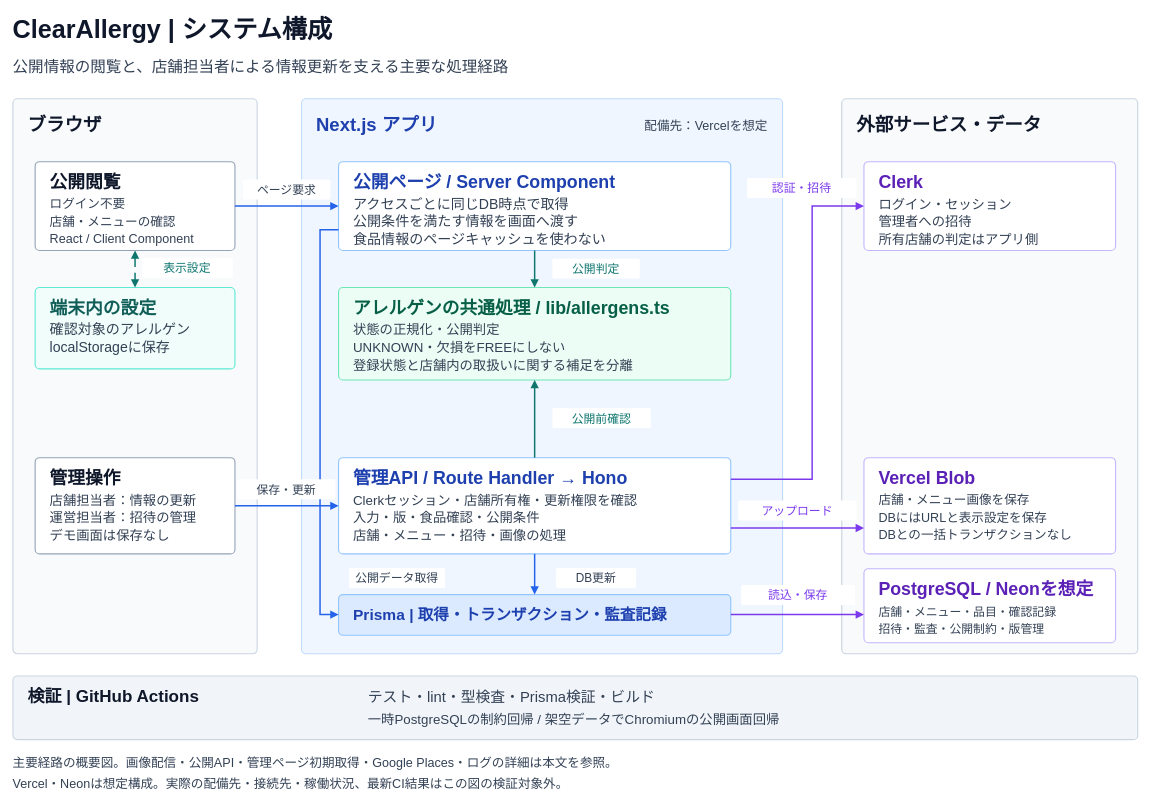
Before: docs/guide/diagrams/clearallergy-architecture.drawio in Kaito-Iwase/ClearAllergy, a draw.io diagram. Source tidied: cells renumbered, new cells numbered last; positions are measured from the earlier drawing's top-left corner, leaving out a move shared by most shapes. Both pictures are drawn from the tidied source at 74%, with x=0, y=0 at pixel (13, 13).
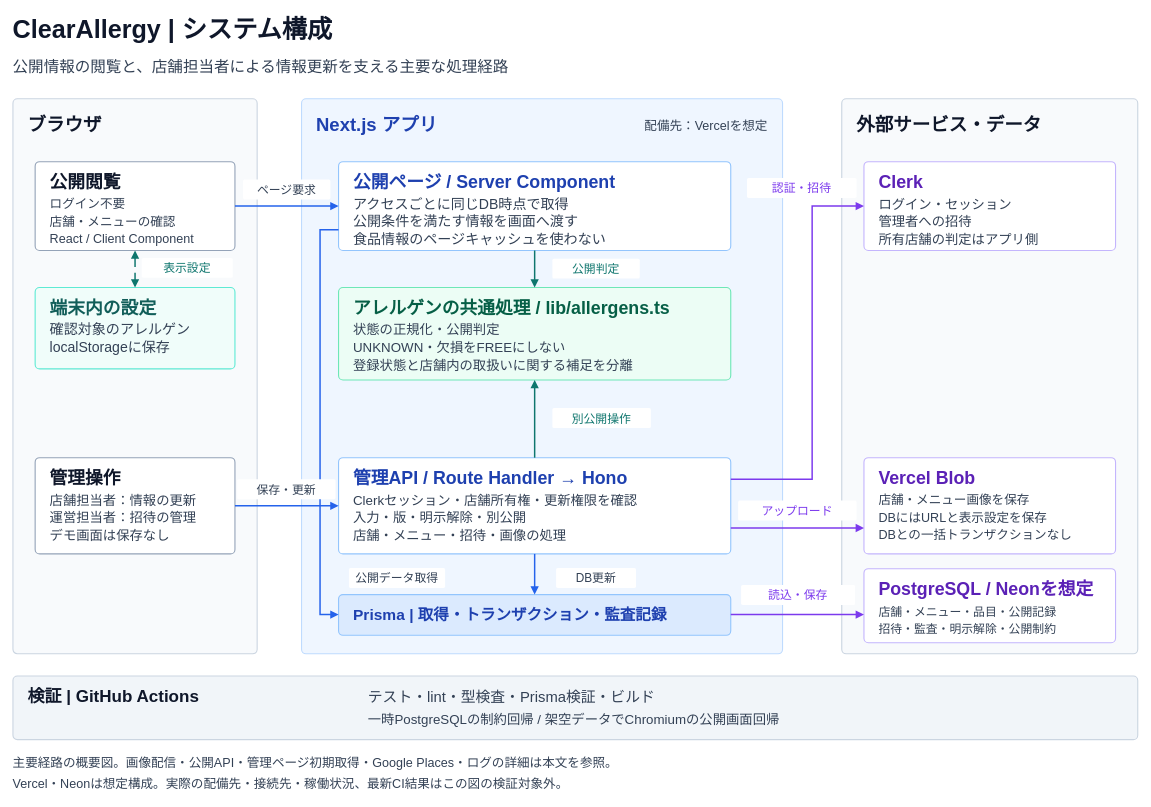
The same diagram, later.

What changed in the source:
```diff
@@
-    <mxCell id="38" value="入力・版・食品確認・公開条件" style="text;html=0;strokeColor=none;fillColor=none;align=left;verticalAlign=middle;whiteSpace=wrap;rounded=0;fontFamily=Yu Gothic UI;fontSize=18;fontColor=#334155;fontStyle=0;spacing=0;" parent="1" vertex="1">
+    <mxCell id="38" value="入力・版・明示解除・別公開" style="text;html=0;strokeColor=none;fillColor=none;align=left;verticalAlign=middle;whiteSpace=wrap;rounded=0;fontFamily=Yu Gothic UI;fontSize=18;fontColor=#334155;fontStyle=0;spacing=0;" parent="1" vertex="1">
       <mxGeometry x="460" y="670" width="490" height="25" as="geometry" />
     </mxCell>
@@
-    <mxCell id="54" value="店舗・メニュー・品目・確認記録" style="text;html=0;strokeColor=none;fillColor=none;align=left;verticalAlign=middle;whiteSpace=wrap;rounded=0;fontFamily=Yu Gothic UI;fontSize=16;fontColor=#334155;fontStyle=0;spacing=0;" parent="1" vertex="1">
+    <mxCell id="54" value="店舗・メニュー・品目・公開記録" style="text;html=0;strokeColor=none;fillColor=none;align=left;verticalAlign=middle;whiteSpace=wrap;rounded=0;fontFamily=Yu Gothic UI;fontSize=16;fontColor=#334155;fontStyle=0;spacing=0;" parent="1" vertex="1">
       <mxGeometry x="1170" y="796" width="300" height="25" as="geometry" />
     </mxCell>
-    <mxCell id="55" value="招待・監査・公開制約・版管理" style="text;html=0;strokeColor=none;fillColor=none;align=left;verticalAlign=middle;whiteSpace=wrap;rounded=0;fontFamily=Yu Gothic UI;fontSize=16;fontColor=#334155;fontStyle=0;spacing=0;" parent="1" vertex="1">
+    <mxCell id="55" value="招待・監査・明示解除・公開制約" style="text;html=0;strokeColor=none;fillColor=none;align=left;verticalAlign=middle;whiteSpace=wrap;rounded=0;fontFamily=Yu Gothic UI;fontSize=16;fontColor=#334155;fontStyle=0;spacing=0;" parent="1" vertex="1">
       <mxGeometry x="1170" y="820" width="300" height="25" as="geometry" />
     </mxCell>
@@
-    <mxCell id="75" value="公開前確認" style="text;html=0;strokeColor=none;fillColor=none;align=center;verticalAlign=middle;whiteSpace=wrap;rounded=0;fontFamily=Yu Gothic UI;fontSize=16;fontColor=#0f766e;fontStyle=0;spacing=0;" parent="1" vertex="1">
+    <mxCell id="75" value="別公開操作" style="text;html=0;strokeColor=none;fillColor=none;align=center;verticalAlign=middle;whiteSpace=wrap;rounded=0;fontFamily=Yu Gothic UI;fontSize=16;fontColor=#0f766e;fontStyle=0;spacing=0;" parent="1" vertex="1">
       <mxGeometry x="733" y="534" width="125" height="27" as="geometry" />
     </mxCell>
```
